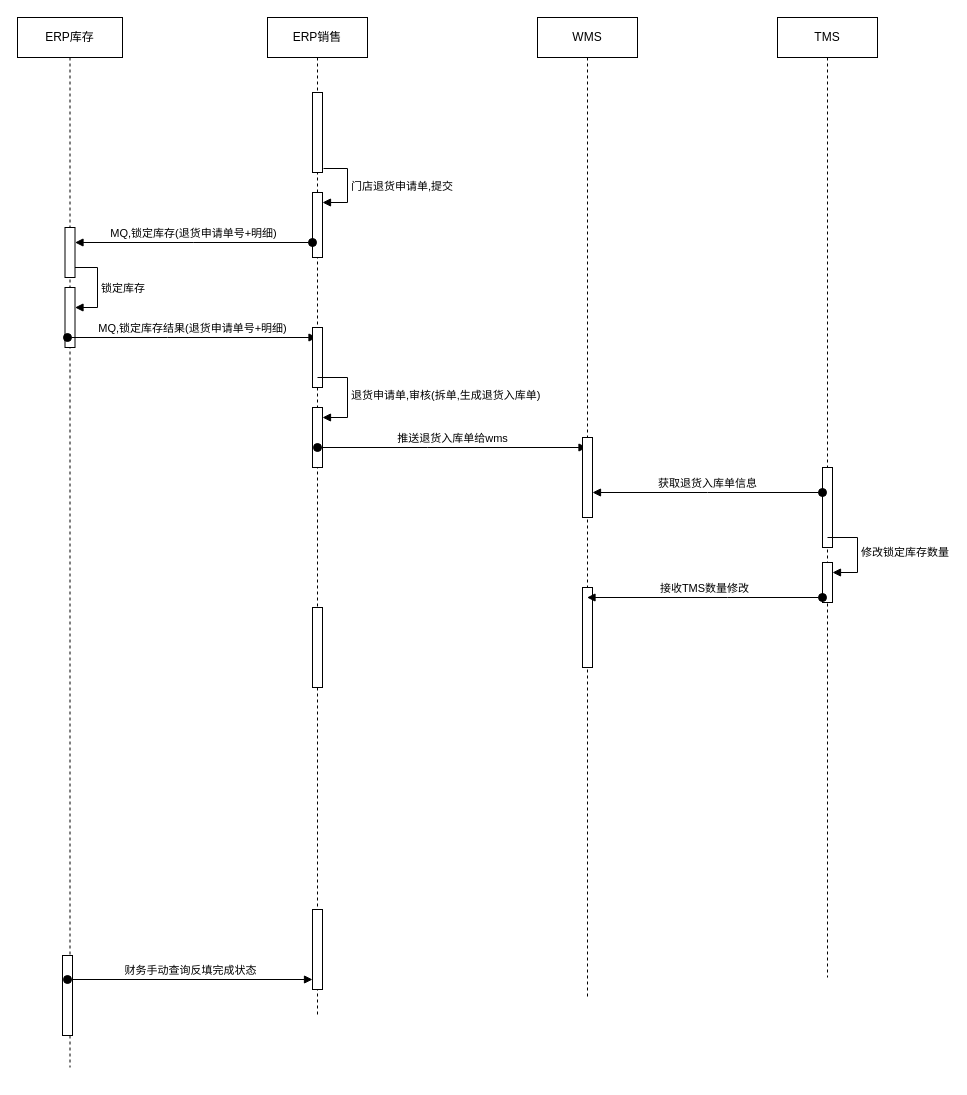
The draw.io diagram 退货修改锁定库存.drawio in fengj1202/draw, before the edit. Source tidied: cells renumbered, new cells numbered last; positions are measured from the earlier drawing's top-left corner, leaving out a move shared by most shapes. Both pictures are drawn from the tidied source at 100%, with x=0, y=0 at pixel (17, 17).
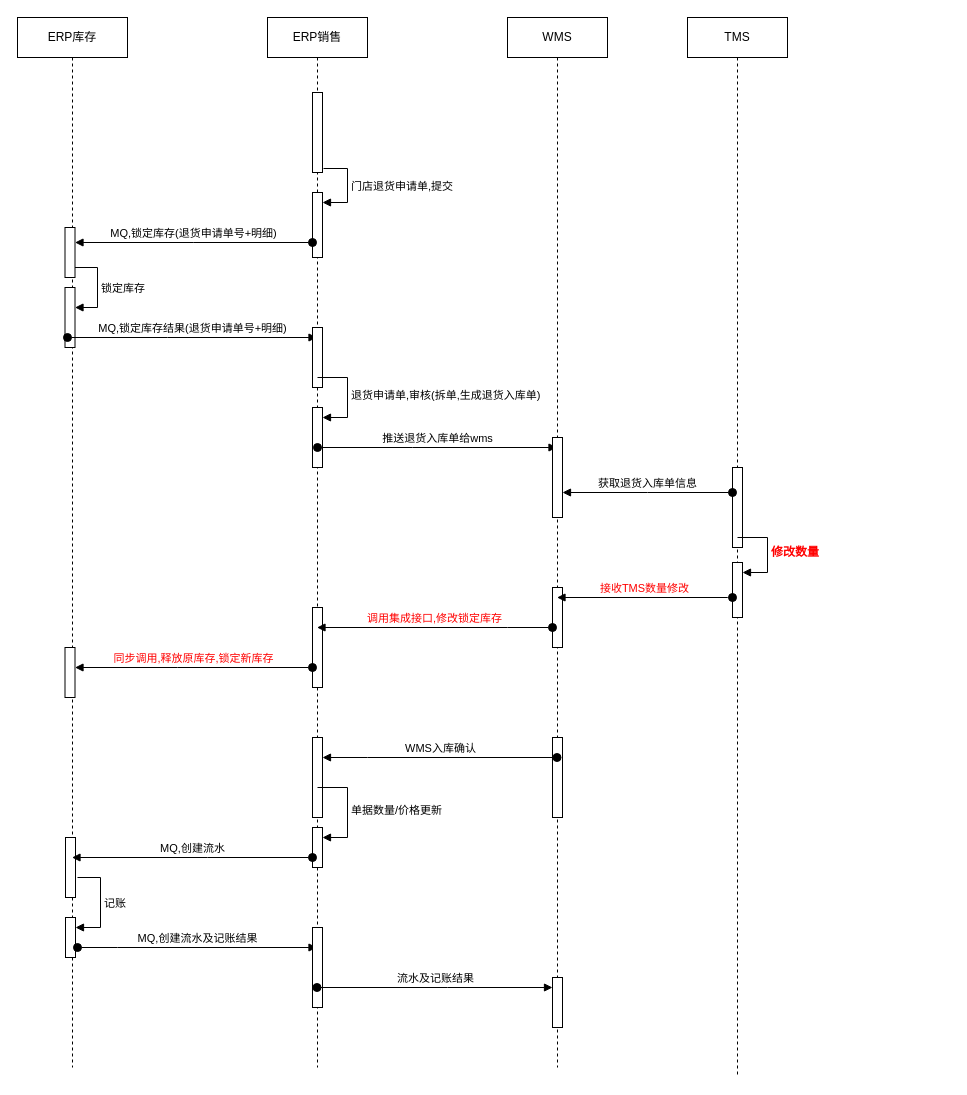
After the change.

Commit message:
更新退货修改锁定库存.drawio

Unchanged cells that the change refers to:
```xml
<mxCell id="18" style="html=1;points=[];perimeter=orthogonalPerimeter;outlineConnect=0;targetShapes=umlLifeline;portConstraint=eastwest;newEdgeStyle={&quot;edgeStyle&quot;:&quot;elbowEdgeStyle&quot;,&quot;elbow&quot;:&quot;vertical&quot;,&quot;curved&quot;:0,&quot;rounded&quot;:0};" parent="9" vertex="1">
  <mxGeometry x="45" y="590" width="10" height="80" as="geometry" />
</mxCell>
```

What changed in the source:
```diff
@@
     <mxCell id="2" value="ERP库存" style="shape=umlLifeline;perimeter=lifelinePerimeter;whiteSpace=wrap;html=1;outlineConnect=0;" parent="1" vertex="1">
-      <mxGeometry width="105" height="1050" as="geometry" />
+      <mxGeometry width="110" height="1050" as="geometry" />
     </mxCell>
@@
-    <mxCell id="4" style="html=1;perimeter=orthogonalPerimeter;targetShapes=umlLifeline;newEdgeStyle={&quot;edgeStyle&quot;:&quot;elbowEdgeStyle&quot;,&quot;elbow&quot;:&quot;vertical&quot;,&quot;curved&quot;:0,&quot;rounded&quot;:0};" parent="2" vertex="1">
-      <mxGeometry x="45" y="938" width="10" height="80" as="geometry" />
-    </mxCell>
-    <mxCell id="5" value="财务手动查询反填完成状态" style="html=1;verticalAlign=bottom;startArrow=oval;startFill=1;endArrow=block;startSize=8;edgeStyle=elbowEdgeStyle;elbow=vertical;curved=0;rounded=0;" parent="2" edge="1" target="13">
-      <mxGeometry relative="1" as="geometry">
-        <mxPoint x="50" y="962" as="sourcePoint" />
-      </mxGeometry>
-    </mxCell>
@@
+    <mxCell id="29" style="html=1;points=[];perimeter=orthogonalPerimeter;outlineConnect=0;targetShapes=umlLifeline;portConstraint=eastwest;newEdgeStyle={&quot;edgeStyle&quot;:&quot;elbowEdgeStyle&quot;,&quot;elbow&quot;:&quot;vertical&quot;,&quot;curved&quot;:0,&quot;rounded&quot;:0};" parent="2" vertex="1">
+      <mxGeometry x="47.5" y="630" width="10" height="50" as="geometry" />
+    </mxCell>
+    <mxCell id="30" style="html=1;perimeter=orthogonalPerimeter;targetShapes=umlLifeline;newEdgeStyle={&quot;edgeStyle&quot;:&quot;elbowEdgeStyle&quot;,&quot;elbow&quot;:&quot;vertical&quot;,&quot;curved&quot;:0,&quot;rounded&quot;:0};" parent="2" vertex="1">
+      <mxGeometry x="48" y="820" width="10" height="60" as="geometry" />
+    </mxCell>
+    <mxCell id="31" style="html=1;points=[];perimeter=orthogonalPerimeter;outlineConnect=0;targetShapes=umlLifeline;portConstraint=eastwest;newEdgeStyle={&quot;edgeStyle&quot;:&quot;elbowEdgeStyle&quot;,&quot;elbow&quot;:&quot;vertical&quot;,&quot;curved&quot;:0,&quot;rounded&quot;:0};" parent="2" vertex="1">
+      <mxGeometry x="48" y="900" width="10" height="40" as="geometry" />
+    </mxCell>
+    <mxCell id="32" value="记账" style="html=1;align=left;spacingLeft=2;endArrow=block;rounded=0;edgeStyle=orthogonalEdgeStyle;curved=0;rounded=0;" parent="2" edge="1" target="31">
+      <mxGeometry relative="1" as="geometry">
+        <mxPoint x="60" y="860" as="sourcePoint" />
+        <Array as="points">
+          <mxPoint x="83" y="860" />
+          <mxPoint x="83" y="910" />
+        </Array>
+      </mxGeometry>
+    </mxCell>
+    <mxCell id="33" value="MQ,创建流水及记账结果" style="html=1;verticalAlign=bottom;startArrow=oval;startFill=1;endArrow=block;startSize=8;edgeStyle=elbowEdgeStyle;elbow=vertical;curved=0;rounded=0;" parent="2" edge="1" target="9">
+      <mxGeometry relative="1" as="geometry">
+        <mxPoint x="60" y="930" as="sourcePoint" />
+        <Array as="points">
+          <mxPoint x="100" y="930" />
+        </Array>
+      </mxGeometry>
+    </mxCell>
     <mxCell id="9" value="ERP销售" style="shape=umlLifeline;perimeter=lifelinePerimeter;whiteSpace=wrap;html=1;outlineConnect=0;" parent="1" vertex="1">
-      <mxGeometry x="250" width="100" height="1000" as="geometry" />
+      <mxGeometry x="250" width="100" height="1050" as="geometry" />
     </mxCell>
@@
-    <mxCell id="13" style="html=1;points=[];perimeter=orthogonalPerimeter;outlineConnect=0;targetShapes=umlLifeline;portConstraint=eastwest;newEdgeStyle={&quot;edgeStyle&quot;:&quot;elbowEdgeStyle&quot;,&quot;elbow&quot;:&quot;vertical&quot;,&quot;curved&quot;:0,&quot;rounded&quot;:0};" parent="9" vertex="1">
-      <mxGeometry x="45" y="892" width="10" height="80" as="geometry" />
-    </mxCell>
@@
+    <mxCell id="34" style="html=1;points=[];perimeter=orthogonalPerimeter;outlineConnect=0;targetShapes=umlLifeline;portConstraint=eastwest;newEdgeStyle={&quot;edgeStyle&quot;:&quot;elbowEdgeStyle&quot;,&quot;elbow&quot;:&quot;vertical&quot;,&quot;curved&quot;:0,&quot;rounded&quot;:0};" parent="9" vertex="1">
+      <mxGeometry x="45" y="720" width="10" height="80" as="geometry" />
+    </mxCell>
+    <mxCell id="35" style="html=1;points=[];perimeter=orthogonalPerimeter;outlineConnect=0;targetShapes=umlLifeline;portConstraint=eastwest;newEdgeStyle={&quot;edgeStyle&quot;:&quot;elbowEdgeStyle&quot;,&quot;elbow&quot;:&quot;vertical&quot;,&quot;curved&quot;:0,&quot;rounded&quot;:0};" parent="9" vertex="1">
+      <mxGeometry x="45" y="810" width="10" height="40" as="geometry" />
+    </mxCell>
+    <mxCell id="36" value="单据数量/价格更新" style="html=1;align=left;spacingLeft=2;endArrow=block;rounded=0;edgeStyle=orthogonalEdgeStyle;curved=0;rounded=0;" parent="9" edge="1" target="35">
+      <mxGeometry relative="1" as="geometry">
+        <mxPoint x="50" y="770" as="sourcePoint" />
+        <Array as="points">
+          <mxPoint x="50" y="770" />
+          <mxPoint x="80" y="770" />
+          <mxPoint x="80" y="820" />
+        </Array>
+      </mxGeometry>
+    </mxCell>
+    <mxCell id="37" style="html=1;perimeter=orthogonalPerimeter;targetShapes=umlLifeline;newEdgeStyle={&quot;edgeStyle&quot;:&quot;elbowEdgeStyle&quot;,&quot;elbow&quot;:&quot;vertical&quot;,&quot;curved&quot;:0,&quot;rounded&quot;:0};" parent="9" vertex="1">
+      <mxGeometry x="45" y="910" width="10" height="80" as="geometry" />
+    </mxCell>
     <mxCell id="19" value="WMS" style="shape=umlLifeline;perimeter=lifelinePerimeter;whiteSpace=wrap;html=1;outlineConnect=0;" parent="1" vertex="1">
-      <mxGeometry x="520" width="100" height="980" as="geometry" />
+      <mxGeometry x="490" width="100" height="1050" as="geometry" />
     </mxCell>
@@
     <mxCell id="21" style="html=1;points=[];perimeter=orthogonalPerimeter;outlineConnect=0;targetShapes=umlLifeline;portConstraint=eastwest;newEdgeStyle={&quot;edgeStyle&quot;:&quot;elbowEdgeStyle&quot;,&quot;elbow&quot;:&quot;vertical&quot;,&quot;curved&quot;:0,&quot;rounded&quot;:0};" parent="19" vertex="1">
-      <mxGeometry x="45" y="570" width="10" height="80" as="geometry" />
+      <mxGeometry x="45" y="570" width="10" height="60" as="geometry" />
     </mxCell>
+    <mxCell id="38" style="html=1;perimeter=orthogonalPerimeter;targetShapes=umlLifeline;newEdgeStyle={&quot;edgeStyle&quot;:&quot;elbowEdgeStyle&quot;,&quot;elbow&quot;:&quot;vertical&quot;,&quot;curved&quot;:0,&quot;rounded&quot;:0};" parent="19" vertex="1">
+      <mxGeometry x="45" y="720" width="10" height="80" as="geometry" />
+    </mxCell>
+    <mxCell id="39" style="html=1;points=[];perimeter=orthogonalPerimeter;outlineConnect=0;targetShapes=umlLifeline;portConstraint=eastwest;newEdgeStyle={&quot;edgeStyle&quot;:&quot;elbowEdgeStyle&quot;,&quot;elbow&quot;:&quot;vertical&quot;,&quot;curved&quot;:0,&quot;rounded&quot;:0};" parent="19" vertex="1">
+      <mxGeometry x="45" y="960" width="10" height="50" as="geometry" />
+    </mxCell>
     <mxCell id="22" value="TMS" style="shape=umlLifeline;perimeter=lifelinePerimeter;whiteSpace=wrap;html=1;" parent="1" vertex="1">
-      <mxGeometry x="760" width="100" height="960" as="geometry" />
+      <mxGeometry x="670" width="100" height="1060" as="geometry" />
     </mxCell>
@@
     <mxCell id="24" style="html=1;points=[];perimeter=orthogonalPerimeter;outlineConnect=0;targetShapes=umlLifeline;portConstraint=eastwest;newEdgeStyle={&quot;edgeStyle&quot;:&quot;elbowEdgeStyle&quot;,&quot;elbow&quot;:&quot;vertical&quot;,&quot;curved&quot;:0,&quot;rounded&quot;:0};" parent="22" vertex="1">
-      <mxGeometry x="45" y="545" width="10" height="40" as="geometry" />
+      <mxGeometry x="45" y="545" width="10" height="55" as="geometry" />
     </mxCell>
-    <mxCell id="25" value="修改锁定库存数量" style="html=1;align=left;spacingLeft=2;endArrow=block;rounded=0;edgeStyle=orthogonalEdgeStyle;curved=0;rounded=0;" parent="22" edge="1" target="24">
+    <mxCell id="25" value="&lt;b&gt;&lt;font color=&quot;#ff0000&quot; style=&quot;font-size: 12px;&quot;&gt;修改数量&lt;/font&gt;&lt;/b&gt;" style="html=1;align=left;spacingLeft=2;endArrow=block;rounded=0;edgeStyle=orthogonalEdgeStyle;curved=0;rounded=0;" parent="22" edge="1" target="24">
       <mxGeometry relative="1" as="geometry">
         <mxPoint x="50" y="520" as="sourcePoint" />
         <Array as="points">
           <mxPoint x="80" y="555" />
         </Array>
       </mxGeometry>
     </mxCell>
@@
-    <mxCell id="28" value="接收TMS数量修改" style="html=1;verticalAlign=bottom;startArrow=oval;startFill=1;endArrow=block;startSize=8;edgeStyle=elbowEdgeStyle;elbow=vertical;curved=0;rounded=0;" parent="1" edge="1" source="24" target="19">
+    <mxCell id="28" value="&lt;font color=&quot;#ff0000&quot;&gt;接收TMS数量修改&lt;/font&gt;" style="html=1;verticalAlign=bottom;startArrow=oval;startFill=1;endArrow=block;startSize=8;edgeStyle=elbowEdgeStyle;elbow=vertical;curved=0;rounded=0;" parent="1" edge="1" source="24" target="19">
       <mxGeometry relative="1" as="geometry">
         <Array as="points">
           <mxPoint x="710" y="580" />
         </Array>
       </mxGeometry>
     </mxCell>
+    <mxCell id="40" value="&lt;font color=&quot;#ff0000&quot;&gt;调用集成接口,修改锁定库存&lt;/font&gt;" style="html=1;verticalAlign=bottom;startArrow=oval;startFill=1;endArrow=block;startSize=8;edgeStyle=elbowEdgeStyle;elbow=vertical;curved=0;rounded=0;" parent="1" edge="1" source="21" target="9">
+      <mxGeometry relative="1" as="geometry">
+        <Array as="points">
+          <mxPoint x="490" y="610" />
+        </Array>
+      </mxGeometry>
+    </mxCell>
+    <mxCell id="41" value="&lt;font color=&quot;#ff0000&quot;&gt;同步调用,释放原库存,锁定新库存&lt;/font&gt;" style="html=1;verticalAlign=bottom;startArrow=oval;startFill=1;endArrow=block;startSize=8;edgeStyle=elbowEdgeStyle;elbow=vertical;curved=0;rounded=0;" parent="1" edge="1" source="18" target="29">
+      <mxGeometry relative="1" as="geometry">
+        <Array as="points">
+          <mxPoint x="160" y="650" />
+          <mxPoint x="150" y="680" />
+        </Array>
+      </mxGeometry>
+    </mxCell>
+    <mxCell id="42" value="WMS入库确认" style="html=1;verticalAlign=bottom;startArrow=oval;startFill=1;endArrow=block;startSize=8;edgeStyle=elbowEdgeStyle;elbow=vertical;curved=0;rounded=0;" parent="1" edge="1" source="19" target="34">
+      <mxGeometry relative="1" as="geometry">
+        <Array as="points">
+          <mxPoint x="350" y="740" />
+        </Array>
+      </mxGeometry>
+    </mxCell>
+    <mxCell id="43" value="MQ,创建流水" style="html=1;verticalAlign=bottom;startArrow=oval;startFill=1;endArrow=block;startSize=8;edgeStyle=elbowEdgeStyle;elbow=vertical;curved=0;rounded=0;" parent="1" edge="1" source="35" target="2">
+      <mxGeometry relative="1" as="geometry">
+        <Array as="points">
+          <mxPoint x="190" y="840" />
+        </Array>
+      </mxGeometry>
+    </mxCell>
+    <mxCell id="44" value="流水及记账结果" style="html=1;verticalAlign=bottom;startArrow=oval;startFill=1;endArrow=block;startSize=8;edgeStyle=elbowEdgeStyle;elbow=vertical;curved=0;rounded=0;" parent="1" edge="1" source="9" target="39">
+      <mxGeometry relative="1" as="geometry">
+        <Array as="points">
+          <mxPoint x="430" y="970" />
+        </Array>
+      </mxGeometry>
+    </mxCell>
```
